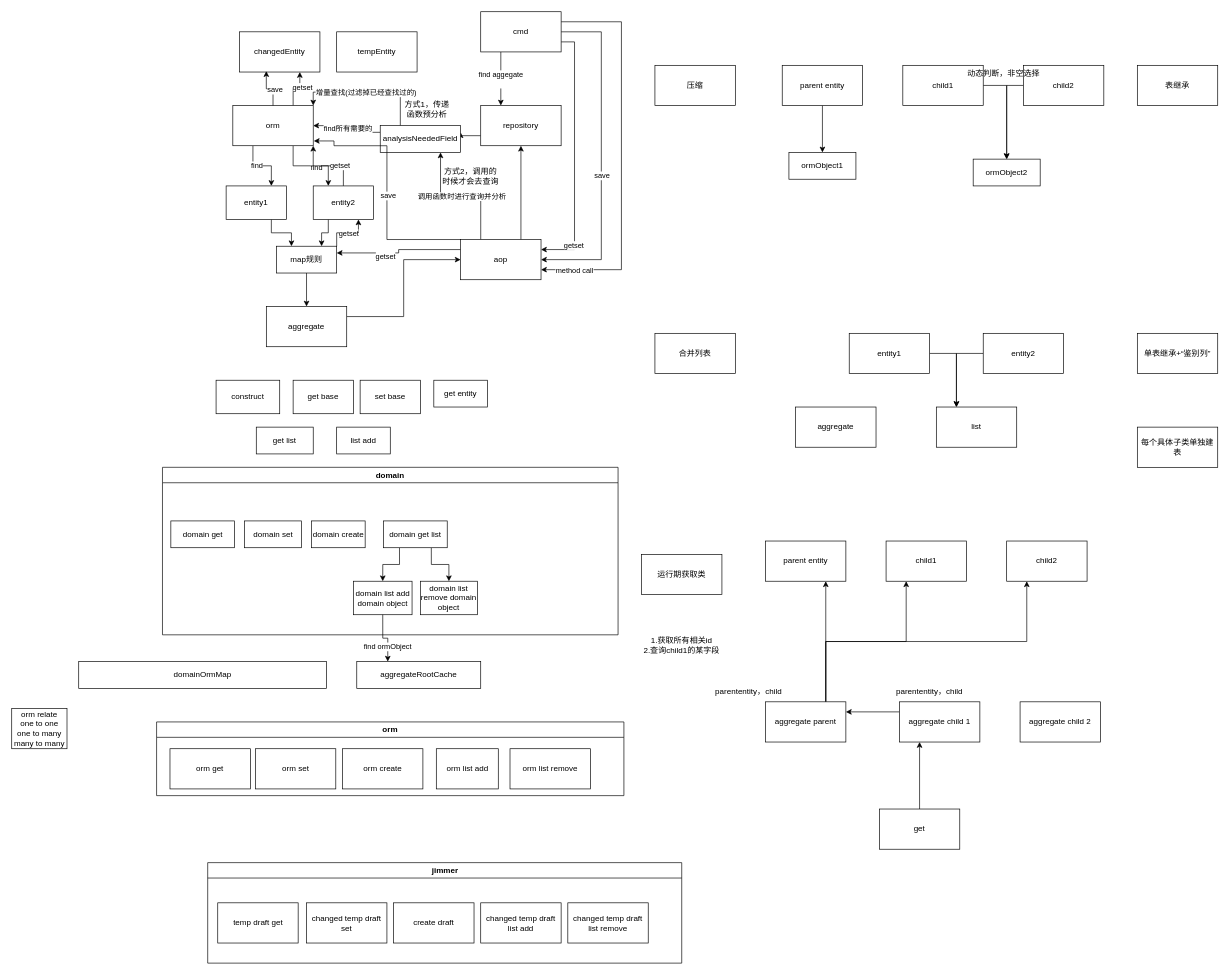
Above: better-ddd-jimmer/draw/better-ddd流程.drawio in morecup/jimmer-ddd (draw.io), before the change. Source tidied: cells renumbered, new cells numbered last; positions are measured from the earlier drawing's top-left corner, leaving out a move shared by most shapes. Both pictures are drawn from the tidied source at 67%, with x=0, y=0 at pixel (11, 11).
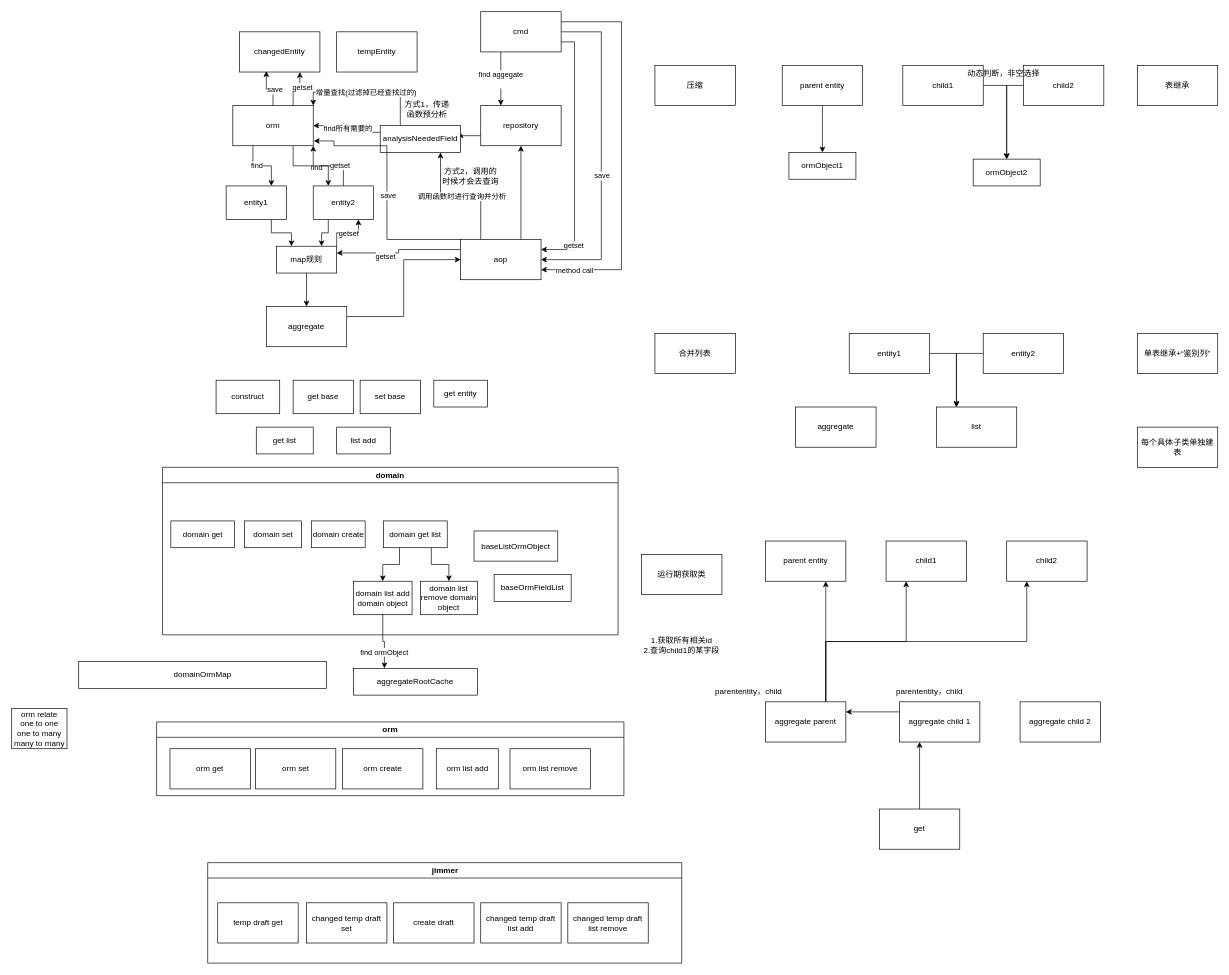
After the change.

Commit message (it also covers changes not shown here):
docs(better-ddd): 更新流程图以包含新实体和调整现有元素

The change refers to these unchanged cells:
```xml
<mxCell id="93" value="domain" style="swimlane;whiteSpace=wrap;html=1;" parent="1" vertex="1">
  <mxGeometry x="225" y="680" width="680" height="250" as="geometry" />
</mxCell>
```

Change to the diagram source:
```diff
@@
+    <mxCell id="119" value="baseListOrmObject" style="rounded=0;whiteSpace=wrap;html=1;" parent="93" vertex="1">
+      <mxGeometry x="465" y="95" width="125" height="45" as="geometry" />
+    </mxCell>
+    <mxCell id="120" value="baseOrmFieldList" style="rounded=0;whiteSpace=wrap;html=1;" parent="93" vertex="1">
+      <mxGeometry x="495" y="160" width="115" height="40" as="geometry" />
+    </mxCell>
@@
     <mxCell id="116" value="aggregateRootCache" style="rounded=0;whiteSpace=wrap;html=1;" parent="1" vertex="1">
-      <mxGeometry x="515" y="970" width="185" height="40" as="geometry" />
+      <mxGeometry x="510" y="980" width="185" height="40" as="geometry" />
     </mxCell>
```
